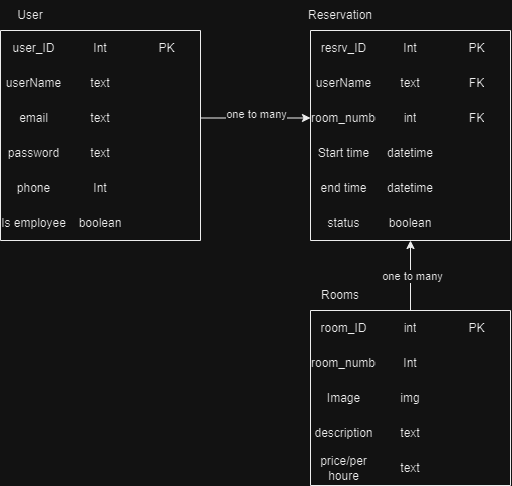
The draw.io diagram READMEimg/Databass.png in alghzzawi/study-house-backend, before a commit. Source tidied: cells renumbered, new cells last; positions are measured from the earlier drawing's top-left corner, leaving out a move shared by most shapes.
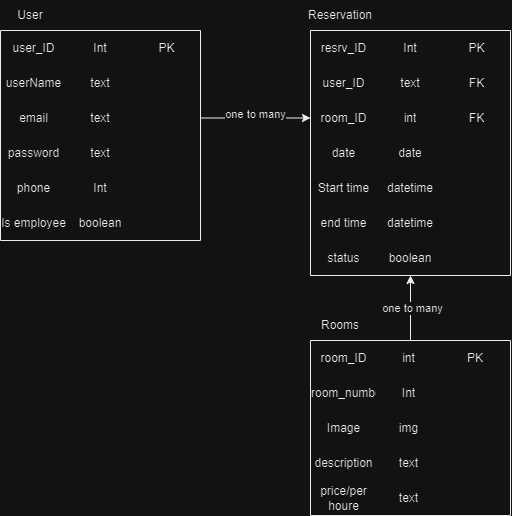
Later version of the same file.

Change to the diagram source:
```diff
@@ -87,7 +87,7 @@
       <mxGeometry x="-0.01" y="-1" relative="1" as="geometry" />
     </mxCell>
     <mxCell id="30" style="shape=table;html=1;whiteSpace=wrap;startSize=0;columnLines=0;rowLines=0;fontSize=16;strokeColor=default;" parent="1" vertex="1">
-      <mxGeometry x="310" y="310" width="200" height="175" as="geometry" />
+      <mxGeometry x="310" y="340" width="200" height="175" as="geometry" />
     </mxCell>
     <mxCell id="31" style="shape=tableRow;horizontal=0;startSize=0;swimlaneHead=0;swimlaneBody=0;top=0;left=0;bottom=0;right=0;fillColor=none;fontSize=16;strokeColor=inherit;" parent="30" vertex="1">
       <mxGeometry width="200" height="35" as="geometry" />
@@ -96,10 +96,10 @@
       <mxGeometry width="67" height="35" as="geometry" />
     </mxCell>
     <mxCell id="33" value="int" style="shape=partialRectangle;html=1;whiteSpace=wrap;fillColor=none;top=0;left=0;bottom=0;right=0;overflow=hidden;fontSize=12;strokeColor=inherit;" parent="31" vertex="1">
-      <mxGeometry x="67" width="66" height="35" as="geometry" />
+      <mxGeometry x="67" width="63" height="35" as="geometry" />
     </mxCell>
     <mxCell id="34" value="PK" style="shape=partialRectangle;html=1;whiteSpace=wrap;fillColor=none;top=0;left=0;bottom=0;right=0;overflow=hidden;fontSize=12;strokeColor=inherit;" parent="31" vertex="1">
-      <mxGeometry x="133" width="67" height="35" as="geometry" />
+      <mxGeometry x="130" width="70" height="35" as="geometry" />
     </mxCell>
     <mxCell id="35" style="shape=tableRow;horizontal=0;startSize=0;swimlaneHead=0;swimlaneBody=0;top=0;left=0;bottom=0;right=0;fillColor=none;fontSize=16;strokeColor=inherit;" parent="30" vertex="1">
       <mxGeometry y="35" width="200" height="35" as="geometry" />
@@ -108,10 +108,10 @@
       <mxGeometry width="67" height="35" as="geometry" />
     </mxCell>
     <mxCell id="37" value="Int" style="shape=partialRectangle;html=1;whiteSpace=wrap;fillColor=none;top=0;left=0;bottom=0;right=0;overflow=hidden;fontSize=12;strokeColor=inherit;" parent="35" vertex="1">
-      <mxGeometry x="67" width="66" height="35" as="geometry" />
+      <mxGeometry x="67" width="63" height="35" as="geometry" />
     </mxCell>
     <mxCell id="38" style="shape=partialRectangle;html=1;whiteSpace=wrap;fillColor=none;top=0;left=0;bottom=0;right=0;overflow=hidden;fontSize=12;strokeColor=inherit;" parent="35" vertex="1">
-      <mxGeometry x="133" width="67" height="35" as="geometry" />
+      <mxGeometry x="130" width="70" height="35" as="geometry" />
     </mxCell>
     <mxCell id="39" style="shape=tableRow;horizontal=0;startSize=0;swimlaneHead=0;swimlaneBody=0;top=0;left=0;bottom=0;right=0;fillColor=none;fontSize=16;strokeColor=inherit;" parent="30" vertex="1">
       <mxGeometry y="70" width="200" height="35" as="geometry" />
@@ -120,10 +120,10 @@
       <mxGeometry width="67" height="35" as="geometry" />
     </mxCell>
     <mxCell id="41" value="img" style="shape=partialRectangle;html=1;whiteSpace=wrap;fillColor=none;top=0;left=0;bottom=0;right=0;overflow=hidden;fontSize=12;strokeColor=inherit;" parent="39" vertex="1">
-      <mxGeometry x="67" width="66" height="35" as="geometry" />
+      <mxGeometry x="67" width="63" height="35" as="geometry" />
     </mxCell>
     <mxCell id="42" style="shape=partialRectangle;html=1;whiteSpace=wrap;fillColor=none;top=0;left=0;bottom=0;right=0;overflow=hidden;fontSize=12;strokeColor=inherit;" parent="39" vertex="1">
-      <mxGeometry x="133" width="67" height="35" as="geometry" />
+      <mxGeometry x="130" width="70" height="35" as="geometry" />
     </mxCell>
     <mxCell id="43" style="shape=tableRow;horizontal=0;startSize=0;swimlaneHead=0;swimlaneBody=0;top=0;left=0;bottom=0;right=0;fillColor=none;fontSize=16;strokeColor=inherit;" parent="30" vertex="1">
       <mxGeometry y="105" width="200" height="35" as="geometry" />
@@ -132,10 +132,10 @@
       <mxGeometry width="67" height="35" as="geometry" />
     </mxCell>
     <mxCell id="45" value="text" style="shape=partialRectangle;html=1;whiteSpace=wrap;fillColor=none;top=0;left=0;bottom=0;right=0;overflow=hidden;fontSize=12;strokeColor=inherit;" parent="43" vertex="1">
-      <mxGeometry x="67" width="66" height="35" as="geometry" />
+      <mxGeometry x="67" width="63" height="35" as="geometry" />
     </mxCell>
     <mxCell id="46" style="shape=partialRectangle;html=1;whiteSpace=wrap;fillColor=none;top=0;left=0;bottom=0;right=0;overflow=hidden;fontSize=12;strokeColor=inherit;" parent="43" vertex="1">
-      <mxGeometry x="133" width="67" height="35" as="geometry" />
+      <mxGeometry x="130" width="70" height="35" as="geometry" />
     </mxCell>
     <mxCell id="47" style="shape=tableRow;horizontal=0;startSize=0;swimlaneHead=0;swimlaneBody=0;top=0;left=0;bottom=0;right=0;fillColor=none;fontSize=16;strokeColor=inherit;" parent="30" vertex="1">
       <mxGeometry y="140" width="200" height="35" as="geometry" />
@@ -144,16 +144,16 @@
       <mxGeometry width="67" height="35" as="geometry" />
     </mxCell>
     <mxCell id="49" value="text" style="shape=partialRectangle;html=1;whiteSpace=wrap;fillColor=none;top=0;left=0;bottom=0;right=0;overflow=hidden;fontSize=12;strokeColor=inherit;" parent="47" vertex="1">
-      <mxGeometry x="67" width="66" height="35" as="geometry" />
+      <mxGeometry x="67" width="63" height="35" as="geometry" />
     </mxCell>
     <mxCell id="50" style="shape=partialRectangle;html=1;whiteSpace=wrap;fillColor=none;top=0;left=0;bottom=0;right=0;overflow=hidden;fontSize=12;strokeColor=inherit;" parent="47" vertex="1">
-      <mxGeometry x="133" width="67" height="35" as="geometry" />
+      <mxGeometry x="130" width="70" height="35" as="geometry" />
     </mxCell>
     <mxCell id="51" value="Rooms" style="text;html=1;strokeColor=none;fillColor=none;align=center;verticalAlign=middle;whiteSpace=wrap;rounded=0;" parent="1" vertex="1">
-      <mxGeometry x="310" y="280" width="60" height="30" as="geometry" />
+      <mxGeometry x="310" y="310" width="60" height="30" as="geometry" />
     </mxCell>
     <mxCell id="52" style="shape=table;html=1;whiteSpace=wrap;startSize=0;columnLines=0;rowLines=0;fontSize=16;strokeColor=default;" parent="1" vertex="1">
-      <mxGeometry x="310" y="30" width="200" height="210" as="geometry" />
+      <mxGeometry x="310" y="30" width="200" height="245" as="geometry" />
     </mxCell>
     <mxCell id="53" style="shape=tableRow;horizontal=0;startSize=0;swimlaneHead=0;swimlaneBody=0;top=0;left=0;bottom=0;right=0;fillColor=none;fontSize=16;strokeColor=inherit;" parent="52" vertex="1">
       <mxGeometry width="200" height="35" as="geometry" />
@@ -170,7 +170,7 @@
     <mxCell id="57" style="shape=tableRow;horizontal=0;startSize=0;swimlaneHead=0;swimlaneBody=0;top=0;left=0;bottom=0;right=0;fillColor=none;fontSize=16;strokeColor=inherit;" parent="52" vertex="1">
       <mxGeometry y="35" width="200" height="35" as="geometry" />
     </mxCell>
-    <mxCell id="58" value="userName" style="shape=partialRectangle;html=1;whiteSpace=wrap;fillColor=none;top=0;left=0;bottom=0;right=0;overflow=hidden;fontSize=12;strokeColor=inherit;" parent="57" vertex="1">
+    <mxCell id="58" value="user_ID" style="shape=partialRectangle;html=1;whiteSpace=wrap;fillColor=none;top=0;left=0;bottom=0;right=0;overflow=hidden;fontSize=12;strokeColor=inherit;" parent="57" vertex="1">
       <mxGeometry width="67" height="35" as="geometry" />
     </mxCell>
     <mxCell id="59" value="text" style="shape=partialRectangle;html=1;whiteSpace=wrap;fillColor=none;top=0;left=0;bottom=0;right=0;overflow=hidden;fontSize=12;strokeColor=inherit;" parent="57" vertex="1">
@@ -182,7 +182,7 @@
     <mxCell id="61" style="shape=tableRow;horizontal=0;startSize=0;swimlaneHead=0;swimlaneBody=0;top=0;left=0;bottom=0;right=0;fillColor=none;points=[[0,0.5],[1,0.5]];portConstraint=eastwest;fontSize=16;strokeColor=inherit;" parent="52" vertex="1">
       <mxGeometry y="70" width="200" height="35" as="geometry" />
     </mxCell>
-    <mxCell id="62" value="room_number" style="shape=partialRectangle;html=1;whiteSpace=wrap;fillColor=none;top=0;left=0;bottom=0;right=0;overflow=hidden;fontSize=12;strokeColor=inherit;" parent="61" vertex="1">
+    <mxCell id="62" value="room_ID" style="shape=partialRectangle;html=1;whiteSpace=wrap;fillColor=none;top=0;left=0;bottom=0;right=0;overflow=hidden;fontSize=12;strokeColor=inherit;" parent="61" vertex="1">
       <mxGeometry width="67" height="35" as="geometry" />
     </mxCell>
     <mxCell id="63" value="int" style="shape=partialRectangle;html=1;whiteSpace=wrap;fillColor=none;top=0;left=0;bottom=0;right=0;overflow=hidden;fontSize=12;strokeColor=inherit;" parent="61" vertex="1">
@@ -191,8 +191,20 @@
     <mxCell id="64" value="FK" style="shape=partialRectangle;html=1;whiteSpace=wrap;fillColor=none;top=0;left=0;bottom=0;right=0;overflow=hidden;fontSize=12;strokeColor=inherit;" parent="61" vertex="1">
       <mxGeometry x="133" width="67" height="35" as="geometry" />
     </mxCell>
+    <mxCell id="80" style="shape=tableRow;horizontal=0;startSize=0;swimlaneHead=0;swimlaneBody=0;top=0;left=0;bottom=0;right=0;fillColor=none;fontSize=16;strokeColor=inherit;" parent="52" vertex="1">
+      <mxGeometry y="105" width="200" height="35" as="geometry" />
+    </mxCell>
+    <mxCell id="81" value="date" style="shape=partialRectangle;html=1;whiteSpace=wrap;fillColor=none;top=0;left=0;bottom=0;right=0;overflow=hidden;fontSize=12;strokeColor=inherit;" parent="80" vertex="1">
+      <mxGeometry width="67" height="35" as="geometry" />
+    </mxCell>
+    <mxCell id="82" value="date" style="shape=partialRectangle;html=1;whiteSpace=wrap;fillColor=none;top=0;left=0;bottom=0;right=0;overflow=hidden;fontSize=12;strokeColor=inherit;" parent="80" vertex="1">
+      <mxGeometry x="67" width="66" height="35" as="geometry" />
+    </mxCell>
+    <mxCell id="83" style="shape=partialRectangle;html=1;whiteSpace=wrap;fillColor=none;top=0;left=0;bottom=0;right=0;overflow=hidden;fontSize=12;strokeColor=inherit;" parent="80" vertex="1">
+      <mxGeometry x="133" width="67" height="35" as="geometry" />
+    </mxCell>
     <mxCell id="65" style="shape=tableRow;horizontal=0;startSize=0;swimlaneHead=0;swimlaneBody=0;top=0;left=0;bottom=0;right=0;fillColor=none;fontSize=16;strokeColor=inherit;" parent="52" vertex="1">
-      <mxGeometry y="105" width="200" height="35" as="geometry" />
+      <mxGeometry y="140" width="200" height="35" as="geometry" />
     </mxCell>
     <mxCell id="66" value="Start time" style="shape=partialRectangle;html=1;whiteSpace=wrap;fillColor=none;top=0;left=0;bottom=0;right=0;overflow=hidden;fontSize=12;strokeColor=inherit;" parent="65" vertex="1">
       <mxGeometry width="67" height="35" as="geometry" />
@@ -204,7 +216,7 @@
       <mxGeometry x="133" width="67" height="35" as="geometry" />
     </mxCell>
     <mxCell id="69" style="shape=tableRow;horizontal=0;startSize=0;swimlaneHead=0;swimlaneBody=0;top=0;left=0;bottom=0;right=0;fillColor=none;fontSize=16;strokeColor=inherit;" parent="52" vertex="1">
-      <mxGeometry y="140" width="200" height="35" as="geometry" />
+      <mxGeometry y="175" width="200" height="35" as="geometry" />
     </mxCell>
     <mxCell id="70" value="end time" style="shape=partialRectangle;html=1;whiteSpace=wrap;fillColor=none;top=0;left=0;bottom=0;right=0;overflow=hidden;fontSize=12;strokeColor=inherit;" parent="69" vertex="1">
       <mxGeometry width="67" height="35" as="geometry" />
@@ -216,7 +228,7 @@
       <mxGeometry x="133" width="67" height="35" as="geometry" />
     </mxCell>
     <mxCell id="73" style="shape=tableRow;horizontal=0;startSize=0;swimlaneHead=0;swimlaneBody=0;top=0;left=0;bottom=0;right=0;fillColor=none;points=[[0,0.5],[1,0.5]];portConstraint=eastwest;fontSize=16;strokeColor=inherit;" parent="52" vertex="1">
-      <mxGeometry y="175" width="200" height="35" as="geometry" />
+      <mxGeometry y="210" width="200" height="35" as="geometry" />
     </mxCell>
     <mxCell id="74" value="status" style="shape=partialRectangle;html=1;whiteSpace=wrap;fillColor=none;top=0;left=0;bottom=0;right=0;overflow=hidden;fontSize=12;strokeColor=inherit;" parent="73" vertex="1">
       <mxGeometry width="67" height="35" as="geometry" />
```
